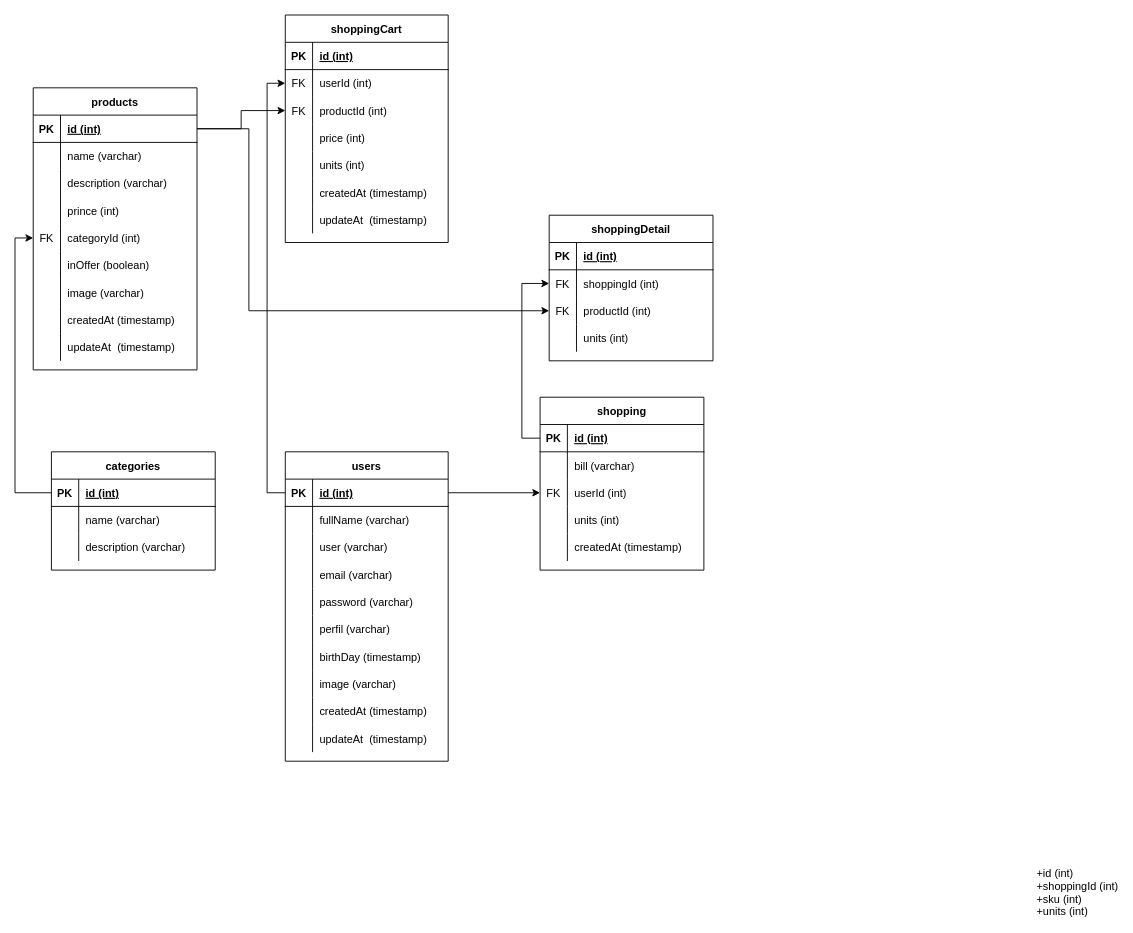
The draw.io diagram source/models/Diagrama Entidad-Relacion.drawio in juanicnte/Grupo_13_GamePlanet, before the edit. Source tidied: cells renumbered, new cells numbered last; positions are measured from the earlier drawing's top-left corner, leaving out a move shared by most shapes. Both pictures are drawn from the tidied source at 91%, with x=0, y=0 at pixel (33, 15).
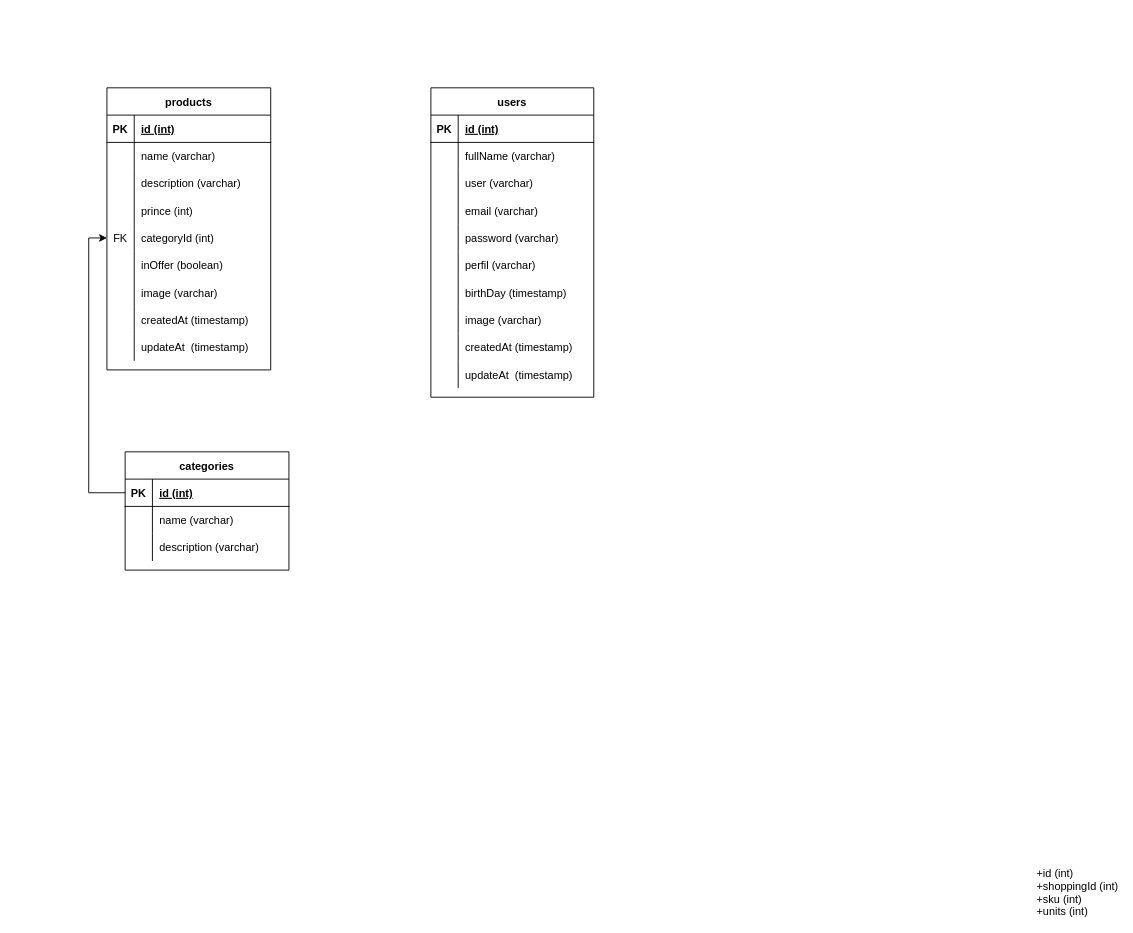
After the change.

Commit message (it also covers changes not shown here):
Sin shoppingCart

The change refers to these unchanged cells:
```xml
<mxCell id="3" style="shape=tableRow;horizontal=0;startSize=0;swimlaneHead=0;swimlaneBody=0;fillColor=none;points=[[0,0.5],[1,0.5]];portConstraint=eastwest;top=0;left=0;right=0;bottom=1;" parent="2" vertex="1">
  <mxGeometry y="30" width="180" height="30" as="geometry" />
</mxCell>
<mxCell id="31" style="shape=tableRow;horizontal=0;startSize=0;swimlaneHead=0;swimlaneBody=0;fillColor=none;points=[[0,0.5],[1,0.5]];portConstraint=eastwest;top=0;left=0;right=0;bottom=1;" parent="30" vertex="1">
  <mxGeometry y="30" width="179" height="30" as="geometry" />
</mxCell>
```

What changed in the source:
```diff
@@
     <mxCell id="2" value="products" style="shape=table;startSize=30;childLayout=tableLayout;rowLines=0;fontStyle=1;align=center;" parent="1" vertex="1">
-      <mxGeometry y="80" width="180" height="310" as="geometry" />
+      <mxGeometry x="81" y="80" width="180" height="310" as="geometry" />
     </mxCell>
@@
     <mxCell id="30" value="users" style="shape=table;startSize=30;childLayout=tableLayout;rowLines=0;fontStyle=1;align=center;" parent="1" vertex="1">
-      <mxGeometry x="277" y="480" width="179" height="340" as="geometry" />
+      <mxGeometry x="437" y="80" width="179" height="340" as="geometry" />
     </mxCell>
@@
     <mxCell id="61" value="categories" style="shape=table;startSize=30;childLayout=tableLayout;rowLines=0;fontStyle=1;align=center;" parent="1" vertex="1">
-      <mxGeometry x="20" y="480" width="180" height="130" as="geometry" />
+      <mxGeometry x="101" y="480" width="180" height="130" as="geometry" />
     </mxCell>
@@
-    <mxCell id="73" value="shoppingCart" style="shape=table;startSize=30;childLayout=tableLayout;rowLines=0;fontStyle=1;align=center;" parent="1" vertex="1">
-      <mxGeometry x="277" width="179" height="250" as="geometry" />
-    </mxCell>
-    <mxCell id="74" style="shape=tableRow;horizontal=0;startSize=0;swimlaneHead=0;swimlaneBody=0;fillColor=none;top=0;left=0;right=0;bottom=1;" parent="73" vertex="1">
-      <mxGeometry y="30" width="179" height="30" as="geometry" />
-    </mxCell>
-    <mxCell id="75" value="PK" style="shape=partialRectangle;fillColor=none;top=0;left=0;bottom=0;right=0;fontStyle=1;overflow=hidden;" parent="74" vertex="1">
-      <mxGeometry width="30" height="30" as="geometry" />
-    </mxCell>
-    <mxCell id="76" value="id (int)" style="shape=partialRectangle;fillColor=none;top=0;left=0;bottom=0;right=0;align=left;spacingLeft=6;fontStyle=5;overflow=hidden;" parent="74" vertex="1">
-      <mxGeometry x="30" width="149" height="30" as="geometry" />
-    </mxCell>
-    <mxCell id="77" style="shape=tableRow;horizontal=0;startSize=0;swimlaneHead=0;swimlaneBody=0;fillColor=none;points=[[0,0.5],[1,0.5]];portConstraint=eastwest;top=0;left=0;right=0;bottom=0;" parent="73" vertex="1">
-      <mxGeometry y="60" width="179" height="30" as="geometry" />
-    </mxCell>
-    <mxCell id="78" value="FK" style="shape=partialRectangle;fillColor=none;top=0;left=0;bottom=0;right=0;overflow=hidden;" parent="77" vertex="1">
-      <mxGeometry width="30" height="30" as="geometry" />
-    </mxCell>
-    <mxCell id="79" value="userId (int)" style="shape=partialRectangle;fillColor=none;top=0;left=0;bottom=0;right=0;align=left;spacingLeft=6;overflow=hidden;" parent="77" vertex="1">
-      <mxGeometry x="30" width="149" height="30" as="geometry" />
-    </mxCell>
-    <mxCell id="80" style="shape=tableRow;horizontal=0;startSize=0;swimlaneHead=0;swimlaneBody=0;fillColor=none;points=[[0,0.5],[1,0.5]];portConstraint=eastwest;top=0;left=0;right=0;bottom=0;" parent="73" vertex="1">
-      <mxGeometry y="90" width="179" height="30" as="geometry" />
-    </mxCell>
-    <mxCell id="81" value="FK" style="shape=partialRectangle;fillColor=none;top=0;left=0;bottom=0;right=0;overflow=hidden;" parent="80" vertex="1">
-      <mxGeometry width="30" height="30" as="geometry" />
-    </mxCell>
-    <mxCell id="82" value="productId (int)" style="shape=partialRectangle;fillColor=none;top=0;left=0;bottom=0;right=0;align=left;spacingLeft=6;overflow=hidden;" parent="80" vertex="1">
-      <mxGeometry x="30" width="149" height="30" as="geometry" />
-    </mxCell>
-    <mxCell id="83" style="shape=tableRow;horizontal=0;startSize=0;swimlaneHead=0;swimlaneBody=0;fillColor=none;top=0;left=0;right=0;bottom=0;" parent="73" vertex="1">
-      <mxGeometry y="120" width="179" height="30" as="geometry" />
-    </mxCell>
-    <mxCell id="84" style="shape=partialRectangle;fillColor=none;top=0;left=0;bottom=0;right=0;overflow=hidden;" parent="83" vertex="1">
-      <mxGeometry width="30" height="30" as="geometry" />
-    </mxCell>
-    <mxCell id="85" value="price (int)" style="shape=partialRectangle;fillColor=none;top=0;left=0;bottom=0;right=0;align=left;spacingLeft=6;overflow=hidden;" parent="83" vertex="1">
-      <mxGeometry x="30" width="149" height="30" as="geometry" />
-    </mxCell>
-    <mxCell id="86" style="shape=tableRow;horizontal=0;startSize=0;swimlaneHead=0;swimlaneBody=0;fillColor=none;top=0;left=0;right=0;bottom=0;" parent="73" vertex="1">
-      <mxGeometry y="150" width="179" height="30" as="geometry" />
-    </mxCell>
-    <mxCell id="87" style="shape=partialRectangle;fillColor=none;top=0;left=0;bottom=0;right=0;overflow=hidden;" parent="86" vertex="1">
-      <mxGeometry width="30" height="30" as="geometry" />
-    </mxCell>
-    <mxCell id="88" value="units (int)" style="shape=partialRectangle;fillColor=none;top=0;left=0;bottom=0;right=0;align=left;spacingLeft=6;overflow=hidden;" parent="86" vertex="1">
-      <mxGeometry x="30" width="149" height="30" as="geometry" />
-    </mxCell>
-    <mxCell id="89" style="shape=tableRow;horizontal=0;startSize=0;swimlaneHead=0;swimlaneBody=0;fillColor=none;top=0;left=0;right=0;bottom=0;" parent="73" vertex="1">
-      <mxGeometry y="180" width="179" height="30" as="geometry" />
-    </mxCell>
-    <mxCell id="90" style="shape=partialRectangle;fillColor=none;top=0;left=0;bottom=0;right=0;overflow=hidden;" parent="89" vertex="1">
-      <mxGeometry width="30" height="30" as="geometry" />
-    </mxCell>
-    <mxCell id="91" value="createdAt (timestamp)" style="shape=partialRectangle;fillColor=none;top=0;left=0;bottom=0;right=0;align=left;spacingLeft=6;overflow=hidden;" parent="89" vertex="1">
-      <mxGeometry x="30" width="149" height="30" as="geometry" />
-    </mxCell>
-    <mxCell id="92" style="shape=tableRow;horizontal=0;startSize=0;swimlaneHead=0;swimlaneBody=0;fillColor=none;top=0;left=0;right=0;bottom=0;" parent="73" vertex="1">
-      <mxGeometry y="210" width="179" height="30" as="geometry" />
-    </mxCell>
-    <mxCell id="93" style="shape=partialRectangle;fillColor=none;top=0;left=0;bottom=0;right=0;overflow=hidden;" parent="92" vertex="1">
-      <mxGeometry width="30" height="30" as="geometry" />
-    </mxCell>
-    <mxCell id="94" value="updateAt  (timestamp)" style="shape=partialRectangle;fillColor=none;top=0;left=0;bottom=0;right=0;align=left;spacingLeft=6;overflow=hidden;" parent="92" vertex="1">
-      <mxGeometry x="30" width="149" height="30" as="geometry" />
-    </mxCell>
-    <mxCell id="95" value="shopping" style="shape=table;startSize=30;childLayout=tableLayout;rowLines=0;fontStyle=1;align=center;" parent="1" vertex="1">
-      <mxGeometry x="557" y="420" width="180" height="190" as="geometry" />
-    </mxCell>
-    <mxCell id="96" style="shape=tableRow;horizontal=0;startSize=0;swimlaneHead=0;swimlaneBody=0;fillColor=none;points=[[0,0.5],[1,0.5]];portConstraint=eastwest;top=0;left=0;right=0;bottom=1;" parent="95" vertex="1">
-      <mxGeometry y="30" width="180" height="30" as="geometry" />
-    </mxCell>
-    <mxCell id="97" value="PK" style="shape=partialRectangle;fillColor=none;top=0;left=0;bottom=0;right=0;fontStyle=1;overflow=hidden;" parent="96" vertex="1">
-      <mxGeometry width="30" height="30" as="geometry" />
-    </mxCell>
-    <mxCell id="98" value="id (int)" style="shape=partialRectangle;fillColor=none;top=0;left=0;bottom=0;right=0;align=left;spacingLeft=6;fontStyle=5;overflow=hidden;" parent="96" vertex="1">
-      <mxGeometry x="30" width="150" height="30" as="geometry" />
-    </mxCell>
-    <mxCell id="99" style="shape=tableRow;horizontal=0;startSize=0;swimlaneHead=0;swimlaneBody=0;fillColor=none;top=0;left=0;right=0;bottom=0;" parent="95" vertex="1">
-      <mxGeometry y="60" width="180" height="30" as="geometry" />
-    </mxCell>
-    <mxCell id="100" style="shape=partialRectangle;fillColor=none;top=0;left=0;bottom=0;right=0;overflow=hidden;" parent="99" vertex="1">
-      <mxGeometry width="30" height="30" as="geometry" />
-    </mxCell>
-    <mxCell id="101" value="bill (varchar)" style="shape=partialRectangle;fillColor=none;top=0;left=0;bottom=0;right=0;align=left;spacingLeft=6;overflow=hidden;" parent="99" vertex="1">
-      <mxGeometry x="30" width="150" height="30" as="geometry" />
-    </mxCell>
-    <mxCell id="102" style="shape=tableRow;horizontal=0;startSize=0;swimlaneHead=0;swimlaneBody=0;fillColor=none;points=[[0,0.5],[1,0.5]];portConstraint=eastwest;top=0;left=0;right=0;bottom=0;" parent="95" vertex="1">
-      <mxGeometry y="90" width="180" height="30" as="geometry" />
-    </mxCell>
-    <mxCell id="103" value="FK" style="shape=partialRectangle;fillColor=none;top=0;left=0;bottom=0;right=0;overflow=hidden;" parent="102" vertex="1">
-      <mxGeometry width="30" height="30" as="geometry" />
-    </mxCell>
-    <mxCell id="104" value="userId (int)" style="shape=partialRectangle;fillColor=none;top=0;left=0;bottom=0;right=0;align=left;spacingLeft=6;overflow=hidden;" parent="102" vertex="1">
-      <mxGeometry x="30" width="150" height="30" as="geometry" />
-    </mxCell>
-    <mxCell id="105" style="shape=tableRow;horizontal=0;startSize=0;swimlaneHead=0;swimlaneBody=0;fillColor=none;top=0;left=0;right=0;bottom=0;" parent="95" vertex="1">
-      <mxGeometry y="120" width="180" height="30" as="geometry" />
-    </mxCell>
-    <mxCell id="106" style="shape=partialRectangle;fillColor=none;top=0;left=0;bottom=0;right=0;overflow=hidden;" parent="105" vertex="1">
-      <mxGeometry width="30" height="30" as="geometry" />
-    </mxCell>
-    <mxCell id="107" value="units (int)" style="shape=partialRectangle;fillColor=none;top=0;left=0;bottom=0;right=0;align=left;spacingLeft=6;overflow=hidden;" parent="105" vertex="1">
-      <mxGeometry x="30" width="150" height="30" as="geometry" />
-    </mxCell>
-    <mxCell id="108" style="shape=tableRow;horizontal=0;startSize=0;swimlaneHead=0;swimlaneBody=0;fillColor=none;top=0;left=0;right=0;bottom=0;" parent="95" vertex="1">
-      <mxGeometry y="150" width="180" height="30" as="geometry" />
-    </mxCell>
-    <mxCell id="109" style="shape=partialRectangle;fillColor=none;top=0;left=0;bottom=0;right=0;overflow=hidden;" parent="108" vertex="1">
-      <mxGeometry width="30" height="30" as="geometry" />
-    </mxCell>
-    <mxCell id="110" value="createdAt (timestamp)" style="shape=partialRectangle;fillColor=none;top=0;left=0;bottom=0;right=0;align=left;spacingLeft=6;overflow=hidden;" parent="108" vertex="1">
-      <mxGeometry x="30" width="150" height="30" as="geometry" />
-    </mxCell>
-    <mxCell id="111" style="edgeStyle=orthogonalEdgeStyle;rounded=0;jettySize=auto;html=1;exitX=1;exitY=0.5;exitDx=0;exitDy=0;entryX=0;entryY=0.5;entryDx=0;entryDy=0;" parent="1" edge="1" source="3" target="80">
-      <mxGeometry relative="1" as="geometry" />
-    </mxCell>
-    <mxCell id="112" style="edgeStyle=orthogonalEdgeStyle;rounded=0;jettySize=auto;html=1;exitX=0;exitY=0.5;exitDx=0;exitDy=0;entryX=0;entryY=0.5;entryDx=0;entryDy=0;" parent="1" edge="1" source="31" target="77">
-      <mxGeometry relative="1" as="geometry" />
-    </mxCell>
-    <mxCell id="113" style="edgeStyle=orthogonalEdgeStyle;rounded=0;jettySize=auto;html=1;exitX=1;exitY=0.5;exitDx=0;exitDy=0;entryX=0;entryY=0.5;entryDx=0;entryDy=0;" parent="1" edge="1" source="31" target="102">
-      <mxGeometry relative="1" as="geometry" />
-    </mxCell>
-    <mxCell id="114" value="shoppingDetail" style="shape=table;startSize=30;childLayout=tableLayout;rowLines=0;fontStyle=1;align=center;" parent="1" vertex="1">
-      <mxGeometry x="567" y="220" width="180" height="160" as="geometry" />
-    </mxCell>
-    <mxCell id="115" style="shape=tableRow;horizontal=0;startSize=0;swimlaneHead=0;swimlaneBody=0;fillColor=none;top=0;left=0;right=0;bottom=1;" parent="114" vertex="1">
-      <mxGeometry y="30" width="180" height="30" as="geometry" />
-    </mxCell>
-    <mxCell id="116" value="PK" style="shape=partialRectangle;fillColor=none;top=0;left=0;bottom=0;right=0;fontStyle=1;overflow=hidden;" parent="115" vertex="1">
-      <mxGeometry width="30" height="30" as="geometry" />
-    </mxCell>
-    <mxCell id="117" value="id (int)" style="shape=partialRectangle;fillColor=none;top=0;left=0;bottom=0;right=0;align=left;spacingLeft=6;fontStyle=5;overflow=hidden;" parent="115" vertex="1">
-      <mxGeometry x="30" width="150" height="30" as="geometry" />
-    </mxCell>
-    <mxCell id="118" style="shape=tableRow;horizontal=0;startSize=0;swimlaneHead=0;swimlaneBody=0;fillColor=none;points=[[0,0.5],[1,0.5]];portConstraint=eastwest;top=0;left=0;right=0;bottom=0;" parent="114" vertex="1">
-      <mxGeometry y="60" width="180" height="30" as="geometry" />
-    </mxCell>
-    <mxCell id="119" value="FK" style="shape=partialRectangle;fillColor=none;top=0;left=0;bottom=0;right=0;overflow=hidden;" parent="118" vertex="1">
-      <mxGeometry width="30" height="30" as="geometry" />
-    </mxCell>
-    <mxCell id="120" value="shoppingId (int)" style="shape=partialRectangle;fillColor=none;top=0;left=0;bottom=0;right=0;align=left;spacingLeft=6;overflow=hidden;" parent="118" vertex="1">
-      <mxGeometry x="30" width="150" height="30" as="geometry" />
-    </mxCell>
-    <mxCell id="121" style="shape=tableRow;horizontal=0;startSize=0;swimlaneHead=0;swimlaneBody=0;fillColor=none;points=[[0,0.5],[1,0.5]];portConstraint=eastwest;top=0;left=0;right=0;bottom=0;" parent="114" vertex="1">
-      <mxGeometry y="90" width="180" height="30" as="geometry" />
-    </mxCell>
-    <mxCell id="122" value="FK" style="shape=partialRectangle;fillColor=none;top=0;left=0;bottom=0;right=0;overflow=hidden;" parent="121" vertex="1">
-      <mxGeometry width="30" height="30" as="geometry" />
-    </mxCell>
-    <mxCell id="123" value="productId (int)" style="shape=partialRectangle;fillColor=none;top=0;left=0;bottom=0;right=0;align=left;spacingLeft=6;overflow=hidden;" parent="121" vertex="1">
-      <mxGeometry x="30" width="150" height="30" as="geometry" />
-    </mxCell>
-    <mxCell id="124" style="shape=tableRow;horizontal=0;startSize=0;swimlaneHead=0;swimlaneBody=0;fillColor=none;top=0;left=0;right=0;bottom=0;" parent="114" vertex="1">
-      <mxGeometry y="120" width="180" height="30" as="geometry" />
-    </mxCell>
-    <mxCell id="125" style="shape=partialRectangle;fillColor=none;top=0;left=0;bottom=0;right=0;overflow=hidden;" parent="124" vertex="1">
-      <mxGeometry width="30" height="30" as="geometry" />
-    </mxCell>
-    <mxCell id="126" value="units (int)" style="shape=partialRectangle;fillColor=none;top=0;left=0;bottom=0;right=0;align=left;spacingLeft=6;overflow=hidden;" parent="124" vertex="1">
-      <mxGeometry x="30" width="150" height="30" as="geometry" />
-    </mxCell>
-    <mxCell id="127" style="edgeStyle=orthogonalEdgeStyle;rounded=0;jettySize=auto;html=1;exitX=1;exitY=0.5;exitDx=0;exitDy=0;entryX=0;entryY=0.5;entryDx=0;entryDy=0;" parent="1" edge="1" source="3" target="121">
-      <mxGeometry relative="1" as="geometry">
-        <Array as="points">
-          <mxPoint x="237" y="125" />
-          <mxPoint x="237" y="325" />
-        </Array>
-      </mxGeometry>
-    </mxCell>
-    <mxCell id="128" style="edgeStyle=orthogonalEdgeStyle;rounded=0;jettySize=auto;html=1;exitX=0;exitY=0.5;exitDx=0;exitDy=0;entryX=0;entryY=0.5;entryDx=0;entryDy=0;" parent="1" edge="1" source="96" target="118">
-      <mxGeometry relative="1" as="geometry" />
-    </mxCell>
```
